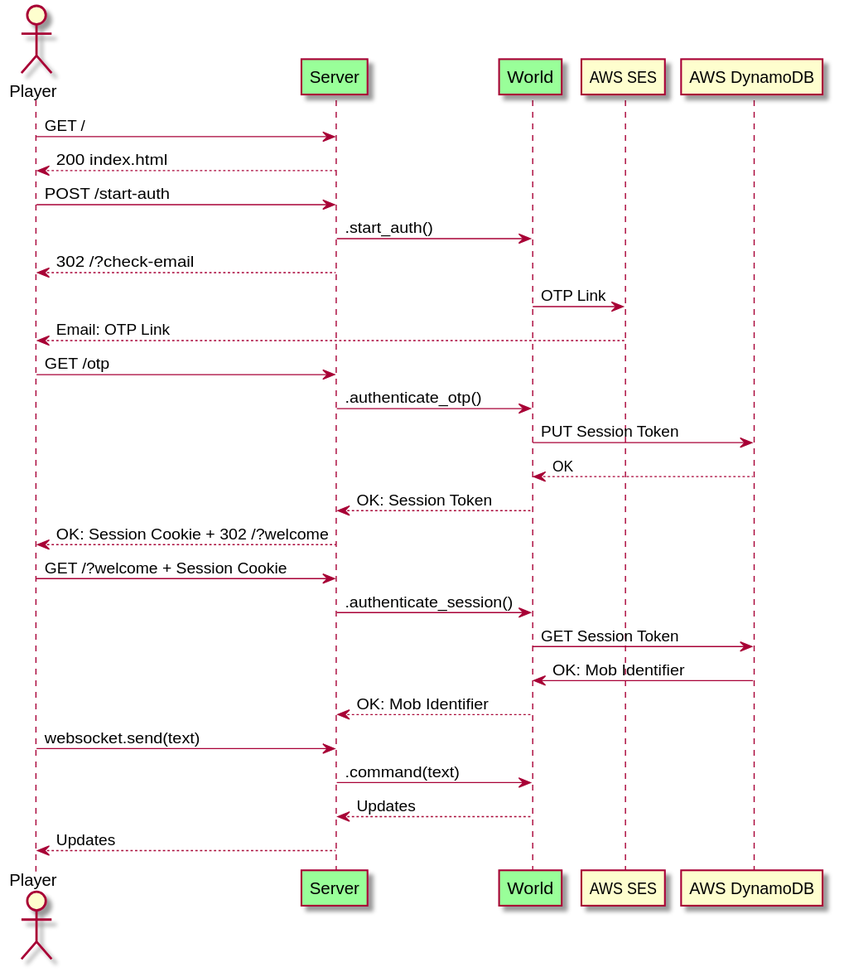
Above: figures/auth-flow.svg in textcamp/textcamp (PlantUML), before the change.
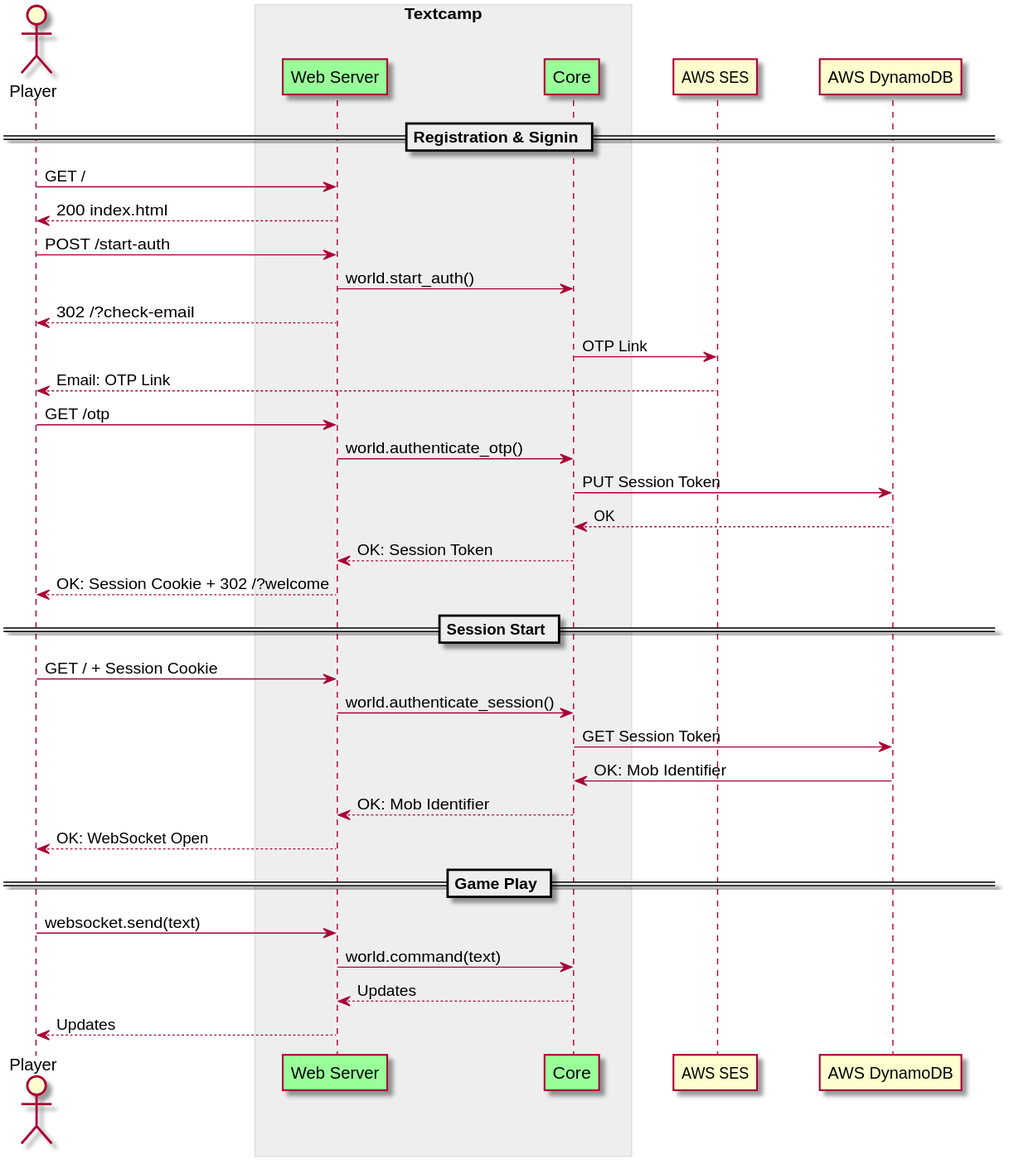
Above is the later version.

Commit message:
Better decorations, shorthand notation for labels, etc. Just putzing around TBH.

Change to the diagram source:
```diff
@@ -1,27 +1,48 @@
 @startuml auth-flow
-actor Player
-participant Server #99FF99
-participant World #99FF99
-Player -> Server: GET /
-Server --> Player: 200 index.html
-Player -> Server: POST /start-auth
-Server -> World: .start_auth()
-Server --> Player: 302 /?check-email
-World -> "AWS SES": OTP Link
-"AWS SES" --> Player: Email: OTP Link
-Player -> Server: GET /otp
-Server -> World: .authenticate_otp()
-World -> "AWS DynamoDB": PUT Session Token
-"AWS DynamoDB" --> World: OK
-World --> Server: OK: Session Token
-Server --> Player: OK: Session Cookie + 302 /?welcome
-Player -> Server: GET /?welcome + Session Cookie
-Server -> World: .authenticate_session()
-World -> "AWS DynamoDB": GET Session Token
-"AWS DynamoDB" -> World: OK: Mob Identifier
-World --> Server: OK: Mob Identifier
-Player -> Server: websocket.send(text)
-Server -> World: .command(text)
-World --> Server: Updates
-Server --> Player: Updates
+skinparam ParticipantPadding 20
+skinparam BoxPadding 10
+skinparam SequenceBoxBackgroundColor #EEEEEE
+skinparam SequenceBoxBorderColor #DDDDDD
+
+actor Player as P
+
+box Textcamp
+participant "Web Server" as WS #99FF99
+participant Core #99FF99
+end box
+
+participant "AWS SES" as SES
+participant "AWS DynamoDB" as DBD
+
+== Registration & Signin ==
+
+P -> WS: GET /
+WS --> P: 200 index.html
+P -> WS: POST /start-auth
+WS -> Core: world.start_auth()
+WS --> P: 302 /?check-email
+Core -> SES: OTP Link
+SES --> P: Email: OTP Link
+P -> WS: GET /otp
+WS -> Core: world.authenticate_otp()
+Core -> DBD: PUT Session Token
+DBD --> Core: OK
+Core --> WS: OK: Session Token
+WS --> P: OK: Session Cookie + 302 /?welcome
+
+== Session Start ==
+
+P -> WS: GET / + Session Cookie
+WS -> Core: world.authenticate_session()
+Core -> DBD: GET Session Token
+DBD -> Core: OK: Mob Identifier
+Core --> WS: OK: Mob Identifier
+WS --> P: OK: WebSocket Open
+
+== Game Play ==
+
+P -> WS: websocket.send(text)
+WS -> Core: world.command(text)
+Core --> WS: Updates
+WS --> P: Updates
 @enduml
```
